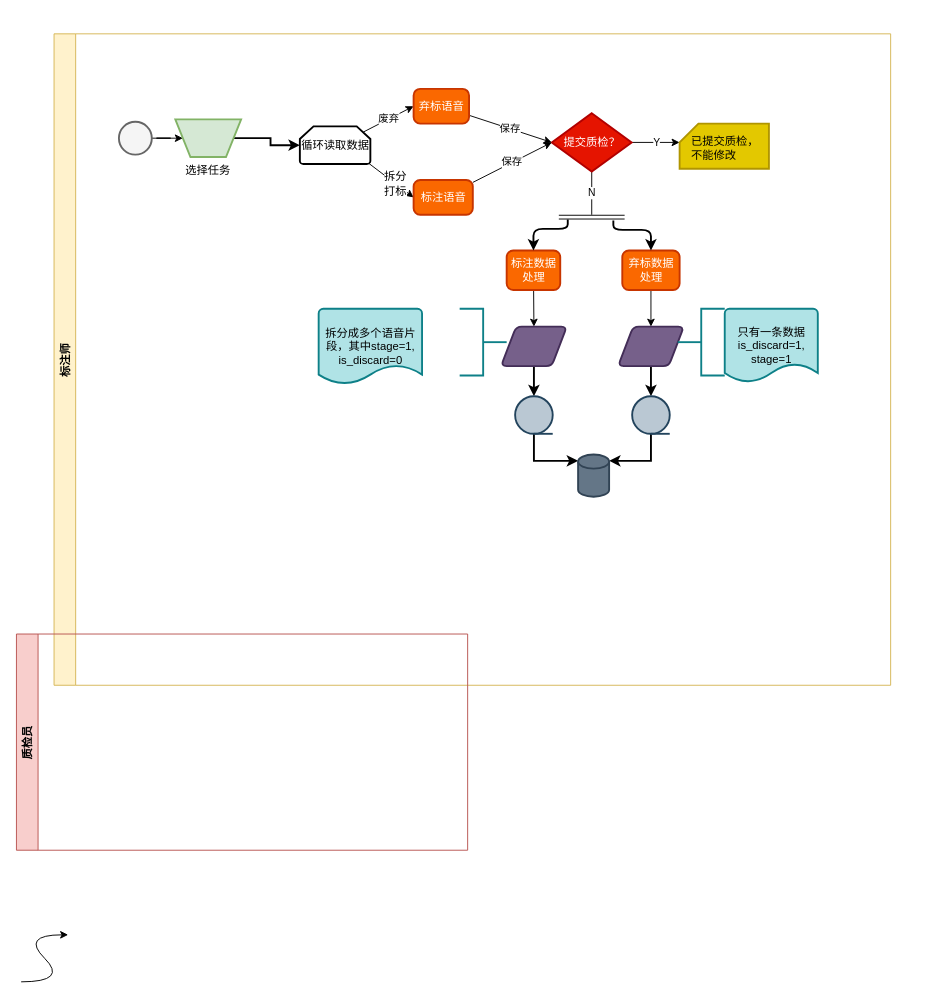
This is 标注详细流程.drawio from gumuqi/draw.io, a draw.io file, before an edit. Source tidied: cells renumbered, new cells numbered last; positions are measured from the earlier drawing's top-left corner, leaving out a move shared by most shapes. Both pictures are drawn from the tidied source at 94%, with x=0, y=0 at pixel (21, -59).
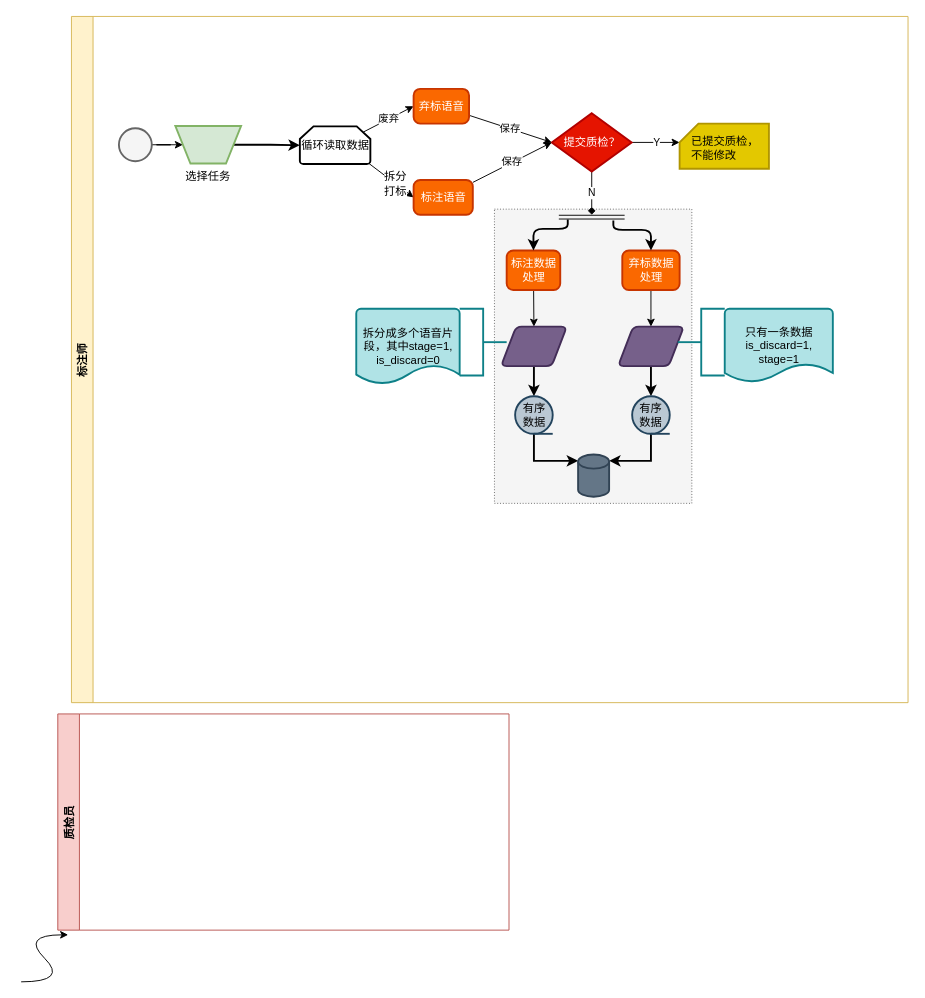
After the change.

Commit message (it also covers changes not shown here):
更新标注详细流程.drawio

Unchanged cells that the change refers to:
```xml
<mxCell id="12" value="提交质检？" style="strokeWidth=2;html=1;shape=mxgraph.flowchart.decision;whiteSpace=wrap;fillColor=#e51400;strokeColor=#B20000;fontColor=#ffffff;" parent="2" vertex="1">
  <mxGeometry x="431" y="183" width="85" height="62" as="geometry" />
</mxCell>
<mxCell id="21" value="标注数据处理" style="rounded=1;whiteSpace=wrap;html=1;absoluteArcSize=1;arcSize=14;strokeWidth=2;fillColor=#fa6800;strokeColor=#C73500;fontColor=#ffffff;" parent="2" vertex="1">
  <mxGeometry x="383" y="329" width="57" height="42" as="geometry" />
</mxCell>
```

What changed in the source:
```diff
@@
     <mxCell id="2" value="标注师" style="swimlane;fillColor=#fff2cc;strokeColor=#d6b656;rotation=-90;" parent="1" vertex="1">
-      <mxGeometry x="133.5" width="693" height="890" as="geometry" />
+      <mxGeometry x="133.5" width="730" height="890" as="geometry" />
     </mxCell>
+    <mxCell id="42" style="rounded=0;whiteSpace=wrap;html=1;fillColor=#f5f5f5;strokeColor=#666666;fontColor=#333333;dashed=1;dashPattern=1 2;" parent="2" vertex="1">
+      <mxGeometry x="370" y="285" width="210" height="313" as="geometry" />
+    </mxCell>
@@
     <mxCell id="4" style="strokeWidth=2;html=1;shape=mxgraph.flowchart.start_2;whiteSpace=wrap;rotation=-90;fillColor=#f5f5f5;strokeColor=#666666;fontColor=#333333;" parent="2" vertex="1">
-      <mxGeometry x="-29.5" y="192" width="35" height="35" as="geometry" />
+      <mxGeometry x="-29.5" y="199" width="35" height="35" as="geometry" />
     </mxCell>
@@
     <mxCell id="9" value="选择任务" style="verticalLabelPosition=bottom;verticalAlign=top;html=1;strokeWidth=2;shape=trapezoid;perimeter=trapezoidPerimeter;whiteSpace=wrap;size=0.23;arcSize=10;flipV=1;fillColor=#d5e8d4;rotation=0;strokeColor=#82b366;" parent="2" vertex="1">
-      <mxGeometry x="30.5" y="189.5" width="70" height="40" as="geometry" />
+      <mxGeometry x="30.5" y="196.5" width="70" height="40" as="geometry" />
     </mxCell>
@@
-    <mxCell id="11" value="N" style="edgeStyle=none;rounded=0;jettySize=auto;html=1;exitX=0.5;exitY=1;exitDx=0;exitDy=0;exitPerimeter=0;entryX=0.5;entryY=0;entryDx=0;entryDy=0;endArrow=none;endFill=0;" parent="2" edge="1" source="12">
+    <mxCell id="11" value="N" style="edgeStyle=none;rounded=0;jettySize=auto;html=1;exitX=0.5;exitY=1;exitDx=0;exitDy=0;exitPerimeter=0;entryX=0.5;entryY=0;entryDx=0;entryDy=0;endArrow=diamond;endFill=1;" parent="2" edge="1" source="12">
       <mxGeometry relative="1" as="geometry">
         <mxPoint x="473.5" y="291" as="targetPoint" />
       </mxGeometry>
     </mxCell>
@@
     <mxCell id="29" value="只有一条数据&lt;br&gt;is_discard=1,&lt;br&gt;stage=1" style="strokeWidth=2;html=1;shape=mxgraph.flowchart.document2;whiteSpace=wrap;size=0.25;fillColor=#b0e3e6;strokeColor=#0e8088;" parent="2" vertex="1">
-      <mxGeometry x="615" y="391" width="99" height="78" as="geometry" />
+      <mxGeometry x="615" y="391" width="115" height="78" as="geometry" />
     </mxCell>
@@
     <mxCell id="31" value="拆分成多个语音片段，其中stage=1,&lt;br&gt;is_discard=0" style="strokeWidth=2;html=1;shape=mxgraph.flowchart.document2;whiteSpace=wrap;size=0.25;fillColor=#b0e3e6;strokeColor=#0e8088;" parent="2" vertex="1">
-      <mxGeometry x="183" y="391" width="110" height="80" as="geometry" />
+      <mxGeometry x="223" y="391" width="110" height="80" as="geometry" />
     </mxCell>
-    <mxCell id="32" style="endArrow=classic;html=1;edgeStyle=orthogonalEdgeStyle;entryX=0.5;entryY=0;entryDx=0;entryDy=0;strokeWidth=2;" parent="2" edge="1" target="21">
-      <mxGeometry relative="1" as="geometry">
-        <mxPoint x="448" y="296" as="sourcePoint" />
-        <Array as="points">
-          <mxPoint x="448" y="306" />
-          <mxPoint x="412" y="306" />
-        </Array>
-      </mxGeometry>
-    </mxCell>
@@
-    <mxCell id="34" style="strokeWidth=2;html=1;shape=mxgraph.flowchart.sequential_data;whiteSpace=wrap;fillColor=#bac8d3;strokeColor=#23445d;" parent="2" vertex="1">
+    <mxCell id="34" value="有序&lt;br&gt;数据" style="strokeWidth=2;html=1;shape=mxgraph.flowchart.sequential_data;whiteSpace=wrap;fillColor=#bac8d3;strokeColor=#23445d;" parent="2" vertex="1">
       <mxGeometry x="392" y="484" width="40" height="40" as="geometry" />
     </mxCell>
@@
-    <mxCell id="36" style="strokeWidth=2;html=1;shape=mxgraph.flowchart.sequential_data;whiteSpace=wrap;fillColor=#bac8d3;strokeColor=#23445d;" parent="2" vertex="1">
+    <mxCell id="36" value="有序&lt;br&gt;数据" style="strokeWidth=2;html=1;shape=mxgraph.flowchart.sequential_data;whiteSpace=wrap;fillColor=#bac8d3;strokeColor=#23445d;" parent="2" vertex="1">
       <mxGeometry x="516.5" y="484" width="40" height="40" as="geometry" />
     </mxCell>
@@
+    <mxCell id="32" style="endArrow=classic;html=1;edgeStyle=orthogonalEdgeStyle;entryX=0.5;entryY=0;entryDx=0;entryDy=0;strokeWidth=2;" parent="2" edge="1" target="21">
+      <mxGeometry relative="1" as="geometry">
+        <mxPoint x="448" y="296" as="sourcePoint" />
+        <Array as="points">
+          <mxPoint x="448" y="306" />
+          <mxPoint x="412" y="306" />
+        </Array>
+      </mxGeometry>
+    </mxCell>
     <mxCell id="39" value="质检员" style="swimlane;fillColor=#f8cecc;strokeColor=#b85450;rotation=-90;" parent="1" vertex="1">
-      <mxGeometry x="120" y="612" width="230" height="480" as="geometry" />
+      <mxGeometry x="164" y="697" width="230" height="480" as="geometry" />
     </mxCell>
```
